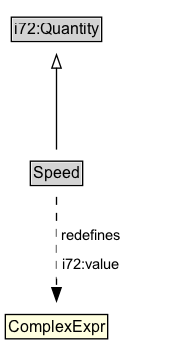
ISO-TC204/ontology-cdm-p1-v1 keeps this Graphviz diagram as docs/diagrams/Speed.dot.png. Above is the earlier version. Its source is kept beside it as docs/diagrams/Speed.dot.
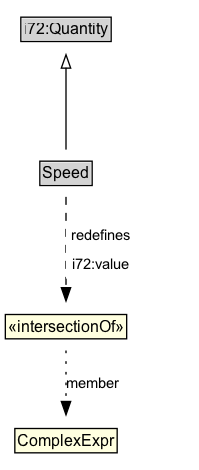
Later version of the same file.

Change to the diagram source:
```diff
@@ -15,6 +15,8 @@
 		Invis [label=<<TABLE BORDER="0" CELLBORDER="0" CELLSPACING="0" CELLPADDING="1"><TR><TD></TD></TR></TABLE>> margin=0 style=invis]
 	}
 	Speed -> i72_Quantity [arrowhead=onormal style=solid]
-	na010c749982e452794368b522251db07b26 [label=<<TABLE BORDER="1" CELLBORDER="0" CELLSPACING="0" CELLPADDING="1" BGCOLOR="lightyellow"><TR><TD ALIGN="CENTER">ComplexExpr</TD></TR></TABLE>> margin=0]
-	Speed -> na010c749982e452794368b522251db07b26 [label=<<TABLE BORDER="0" CELLBORDER="0" CELLSPACING="0" CELLPADDING="4" BGCOLOR="white"><TR><TD ALIGN="CENTER">redefines</TD></TR><TR><TD ALIGN="CENTER">i72:value</TD></TR></TABLE>> arrowhead=normal style=dashed]
+	n644d2ea6622c412bb8909c6637c88453b36 [label=<<TABLE BORDER="1" CELLBORDER="0" CELLSPACING="0" CELLPADDING="1" BGCOLOR="lightyellow"><TR><TD ALIGN="CENTER">«intersectionOf»</TD></TR></TABLE>> margin=0]
+	n644d2ea6622c412bb8909c6637c88453b37 [label=<<TABLE BORDER="1" CELLBORDER="0" CELLSPACING="0" CELLPADDING="1" BGCOLOR="lightyellow"><TR><TD ALIGN="CENTER">ComplexExpr</TD></TR></TABLE>> margin=0]
+	n644d2ea6622c412bb8909c6637c88453b36 -> n644d2ea6622c412bb8909c6637c88453b37 [label=member arrowhead=normal style=dotted]
+	Speed -> n644d2ea6622c412bb8909c6637c88453b36 [label=<<TABLE BORDER="0" CELLBORDER="0" CELLSPACING="0" CELLPADDING="4" BGCOLOR="white"><TR><TD ALIGN="CENTER">redefines</TD></TR><TR><TD ALIGN="CENTER">i72:value</TD></TR></TABLE>> arrowhead=normal style=dashed]
 }
```
